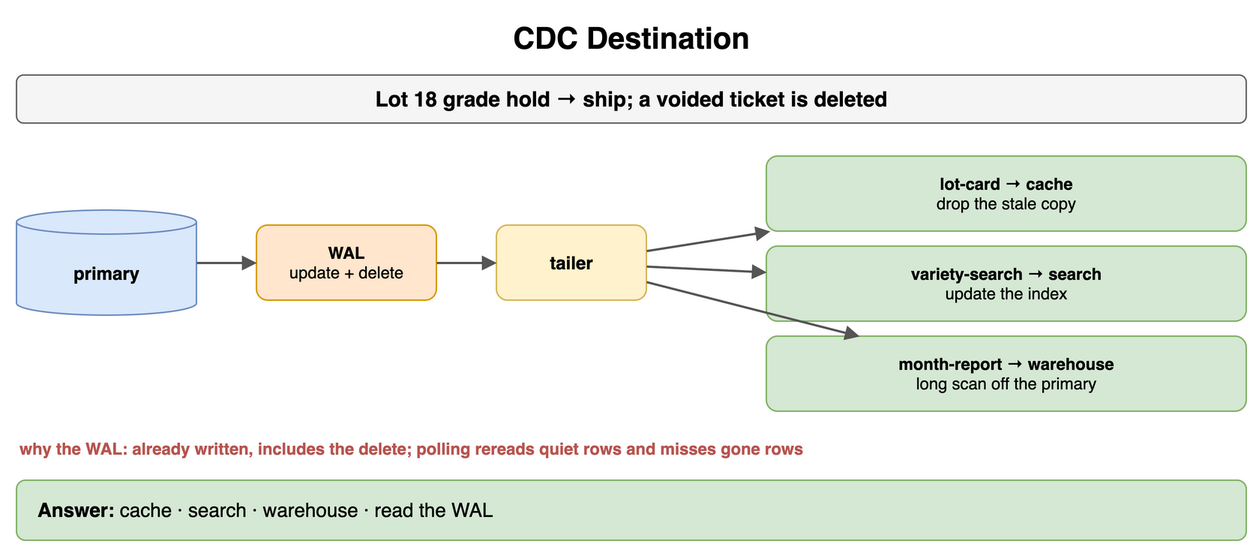
amendez13/swe-study-guide keeps this draw.io diagram as content/09_System_Design_Interview/13_Storage_and_Data_Processing_at_Scale/diagrams/storage-processing-drills-6-cdc-destination.png. Above is the earlier version. Source tidied: cells renumbered, new cells last; positions are measured from the earlier drawing's top-left corner, leaving out a move shared by most shapes. Its diagram source:
```xml
<mxGraphModel>
  <root>
    <mxCell id="0" />
    <mxCell id="1" parent="0" />
    <mxCell id="2" value="CDC Destination" style="text;html=1;align=center;verticalAlign=middle;whiteSpace=wrap;fontSize=20;fontStyle=1;" parent="1" vertex="1">
      <mxGeometry width="820" height="30" as="geometry" />
    </mxCell>
    <mxCell id="3" value="Lot 18 grade hold → ship; a voided ticket is deleted" style="rounded=1;whiteSpace=wrap;html=1;fillColor=#f5f5f5;strokeColor=#666666;fontStyle=1;fontSize=14;" parent="1" vertex="1">
      <mxGeometry y="40" width="820" height="32" as="geometry" />
    </mxCell>
    <mxCell id="4" value="primary" style="shape=cylinder3;whiteSpace=wrap;html=1;boundedLbl=1;backgroundOutline=1;size=8;fillColor=#dae8fc;strokeColor=#6c8ebf;fontStyle=1;fontSize=12;" parent="1" vertex="1">
      <mxGeometry y="130" width="120" height="70" as="geometry" />
    </mxCell>
    <mxCell id="5" value="WAL&lt;br&gt;&lt;span style='font-weight:normal'&gt;update + delete&lt;/span&gt;" style="rounded=1;whiteSpace=wrap;html=1;fillColor=#ffe6cc;strokeColor=#d79b00;fontSize=11;align=center;fontStyle=1;" parent="1" vertex="1">
      <mxGeometry x="160" y="140" width="120" height="50" as="geometry" />
    </mxCell>
    <mxCell id="6" value="tailer" style="rounded=1;whiteSpace=wrap;html=1;fillColor=#fff2cc;strokeColor=#d6b656;fontSize=12;align=center;fontStyle=1;" parent="1" vertex="1">
      <mxGeometry x="320" y="140" width="100" height="50" as="geometry" />
    </mxCell>
    <mxCell id="7" style="endArrow=block;endSize=6;html=1;strokeWidth=1.5;strokeColor=#555555;fontSize=11;labelBackgroundColor=#ffffff;" parent="1" edge="1" source="4" target="5">
      <mxGeometry relative="1" as="geometry" />
    </mxCell>
    <mxCell id="8" style="endArrow=block;endSize=6;html=1;strokeWidth=1.5;strokeColor=#555555;fontSize=11;labelBackgroundColor=#ffffff;" parent="1" edge="1" source="5" target="6">
      <mxGeometry relative="1" as="geometry" />
    </mxCell>
    <mxCell id="9" value="lot-card → cache&lt;br&gt;&lt;span style='font-weight:normal'&gt;drop the stale copy&lt;/span&gt;" style="rounded=1;whiteSpace=wrap;html=1;fillColor=#d5e8d4;strokeColor=#82b366;fontSize=11;align=center;fontStyle=1;" parent="1" vertex="1">
      <mxGeometry x="500" y="94" width="320" height="50" as="geometry" />
    </mxCell>
    <mxCell id="10" style="endArrow=block;endSize=6;html=1;strokeWidth=1.5;strokeColor=#555555;fontSize=11;labelBackgroundColor=#ffffff;" parent="1" edge="1" source="6" target="9">
      <mxGeometry relative="1" as="geometry" />
    </mxCell>
    <mxCell id="11" value="variety-search → search&lt;br&gt;&lt;span style='font-weight:normal'&gt;update the index&lt;/span&gt;" style="rounded=1;whiteSpace=wrap;html=1;fillColor=#d5e8d4;strokeColor=#82b366;fontSize=11;align=center;fontStyle=1;" parent="1" vertex="1">
      <mxGeometry x="500" y="154" width="320" height="50" as="geometry" />
    </mxCell>
    <mxCell id="12" style="endArrow=block;endSize=6;html=1;strokeWidth=1.5;strokeColor=#555555;fontSize=11;labelBackgroundColor=#ffffff;" parent="1" edge="1" source="6" target="11">
      <mxGeometry relative="1" as="geometry" />
    </mxCell>
    <mxCell id="13" value="month-report → warehouse&lt;br&gt;&lt;span style='font-weight:normal'&gt;long scan off the primary&lt;/span&gt;" style="rounded=1;whiteSpace=wrap;html=1;fillColor=#d5e8d4;strokeColor=#82b366;fontSize=11;align=center;fontStyle=1;" parent="1" vertex="1">
      <mxGeometry x="500" y="214" width="320" height="50" as="geometry" />
    </mxCell>
    <mxCell id="14" style="endArrow=block;endSize=6;html=1;strokeWidth=1.5;strokeColor=#555555;fontSize=11;labelBackgroundColor=#ffffff;" parent="1" edge="1" source="6" target="13">
      <mxGeometry relative="1" as="geometry" />
    </mxCell>
    <mxCell id="15" value="why the WAL: already written, includes the delete; polling rereads quiet rows and misses gone rows" style="text;html=1;whiteSpace=wrap;fontSize=11;align=left;verticalAlign=middle;fontSize=11;fontColor=#b85450;fontStyle=1;" parent="1" vertex="1">
      <mxGeometry y="280" width="820" height="18" as="geometry" />
    </mxCell>
    <mxCell id="16" value="&lt;b&gt;Answer:&lt;/b&gt; cache · search · warehouse · read the WAL" style="rounded=1;whiteSpace=wrap;html=1;fillColor=#d5e8d4;strokeColor=#82b366;fontSize=13;align=left;spacingLeft=12;" parent="1" vertex="1">
      <mxGeometry y="310" width="820" height="40" as="geometry" />
    </mxCell>
  </root>
</mxGraphModel>
```
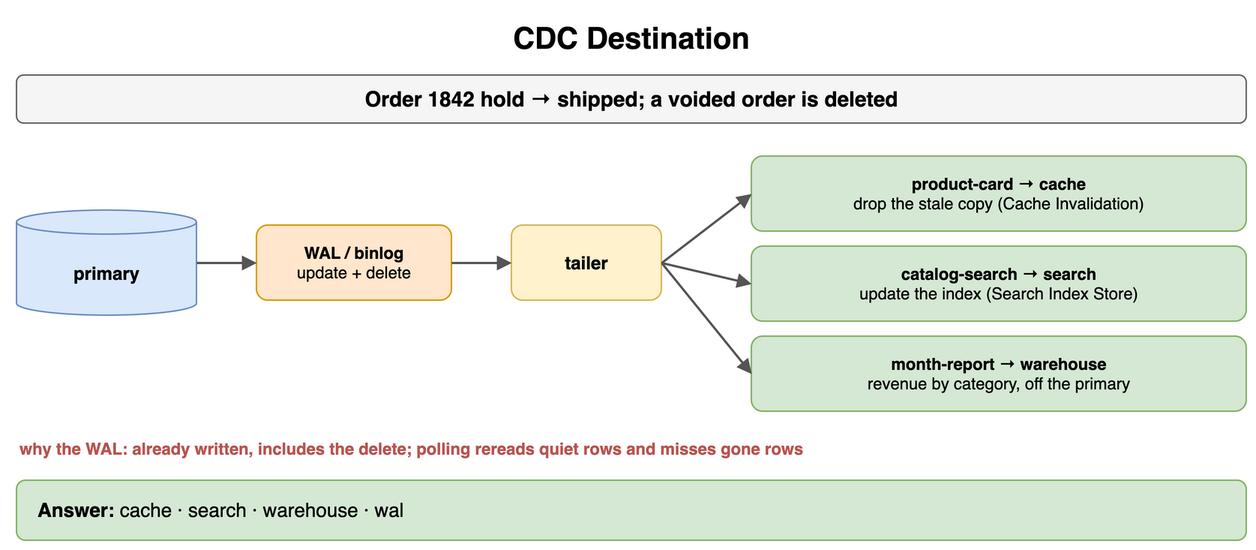
After the commit.

The edit, as a diff of the source:
```diff
@@ -5,17 +5,17 @@
     <mxCell id="2" value="CDC Destination" style="text;html=1;align=center;verticalAlign=middle;whiteSpace=wrap;fontSize=20;fontStyle=1;" parent="1" vertex="1">
       <mxGeometry width="820" height="30" as="geometry" />
     </mxCell>
-    <mxCell id="3" value="Lot 18 grade hold → ship; a voided ticket is deleted" style="rounded=1;whiteSpace=wrap;html=1;fillColor=#f5f5f5;strokeColor=#666666;fontStyle=1;fontSize=14;" parent="1" vertex="1">
+    <mxCell id="3" value="Order 1842 hold → shipped; a voided order is deleted" style="rounded=1;whiteSpace=wrap;html=1;fillColor=#f5f5f5;strokeColor=#666666;fontStyle=1;fontSize=14;" parent="1" vertex="1">
       <mxGeometry y="40" width="820" height="32" as="geometry" />
     </mxCell>
     <mxCell id="4" value="primary" style="shape=cylinder3;whiteSpace=wrap;html=1;boundedLbl=1;backgroundOutline=1;size=8;fillColor=#dae8fc;strokeColor=#6c8ebf;fontStyle=1;fontSize=12;" parent="1" vertex="1">
       <mxGeometry y="130" width="120" height="70" as="geometry" />
     </mxCell>
-    <mxCell id="5" value="WAL&lt;br&gt;&lt;span style='font-weight:normal'&gt;update + delete&lt;/span&gt;" style="rounded=1;whiteSpace=wrap;html=1;fillColor=#ffe6cc;strokeColor=#d79b00;fontSize=11;align=center;fontStyle=1;" parent="1" vertex="1">
-      <mxGeometry x="160" y="140" width="120" height="50" as="geometry" />
+    <mxCell id="5" value="WAL / binlog&lt;br&gt;&lt;span style='font-weight:normal'&gt;update + delete&lt;/span&gt;" style="rounded=1;whiteSpace=wrap;html=1;fillColor=#ffe6cc;strokeColor=#d79b00;fontSize=11;align=center;fontStyle=1;" parent="1" vertex="1">
+      <mxGeometry x="160" y="140" width="130" height="50" as="geometry" />
     </mxCell>
     <mxCell id="6" value="tailer" style="rounded=1;whiteSpace=wrap;html=1;fillColor=#fff2cc;strokeColor=#d6b656;fontSize=12;align=center;fontStyle=1;" parent="1" vertex="1">
-      <mxGeometry x="320" y="140" width="100" height="50" as="geometry" />
+      <mxGeometry x="330" y="140" width="100" height="50" as="geometry" />
     </mxCell>
     <mxCell id="7" style="endArrow=block;endSize=6;html=1;strokeWidth=1.5;strokeColor=#555555;fontSize=11;labelBackgroundColor=#ffffff;" parent="1" edge="1" source="4" target="5">
       <mxGeometry relative="1" as="geometry" />
@@ -23,28 +23,28 @@
     <mxCell id="8" style="endArrow=block;endSize=6;html=1;strokeWidth=1.5;strokeColor=#555555;fontSize=11;labelBackgroundColor=#ffffff;" parent="1" edge="1" source="5" target="6">
       <mxGeometry relative="1" as="geometry" />
     </mxCell>
-    <mxCell id="9" value="lot-card → cache&lt;br&gt;&lt;span style='font-weight:normal'&gt;drop the stale copy&lt;/span&gt;" style="rounded=1;whiteSpace=wrap;html=1;fillColor=#d5e8d4;strokeColor=#82b366;fontSize=11;align=center;fontStyle=1;" parent="1" vertex="1">
-      <mxGeometry x="500" y="94" width="320" height="50" as="geometry" />
+    <mxCell id="9" value="product-card → cache&lt;br&gt;&lt;span style='font-weight:normal'&gt;drop the stale copy (Cache Invalidation)&lt;/span&gt;" style="rounded=1;whiteSpace=wrap;html=1;fillColor=#d5e8d4;strokeColor=#82b366;fontSize=11;align=center;fontStyle=1;" parent="1" vertex="1">
+      <mxGeometry x="490" y="94" width="330" height="50" as="geometry" />
     </mxCell>
-    <mxCell id="10" style="endArrow=block;endSize=6;html=1;strokeWidth=1.5;strokeColor=#555555;fontSize=11;labelBackgroundColor=#ffffff;" parent="1" edge="1" source="6" target="9">
+    <mxCell id="10" style="endArrow=block;endSize=6;html=1;strokeWidth=1.5;strokeColor=#555555;fontSize=11;labelBackgroundColor=#ffffff;exitX=1;exitY=0.5;entryX=0;entryY=0.5;" parent="1" edge="1" source="6" target="9">
       <mxGeometry relative="1" as="geometry" />
     </mxCell>
-    <mxCell id="11" value="variety-search → search&lt;br&gt;&lt;span style='font-weight:normal'&gt;update the index&lt;/span&gt;" style="rounded=1;whiteSpace=wrap;html=1;fillColor=#d5e8d4;strokeColor=#82b366;fontSize=11;align=center;fontStyle=1;" parent="1" vertex="1">
-      <mxGeometry x="500" y="154" width="320" height="50" as="geometry" />
+    <mxCell id="11" value="catalog-search → search&lt;br&gt;&lt;span style='font-weight:normal'&gt;update the index (Search Index Store)&lt;/span&gt;" style="rounded=1;whiteSpace=wrap;html=1;fillColor=#d5e8d4;strokeColor=#82b366;fontSize=11;align=center;fontStyle=1;" parent="1" vertex="1">
+      <mxGeometry x="490" y="154" width="330" height="50" as="geometry" />
     </mxCell>
-    <mxCell id="12" style="endArrow=block;endSize=6;html=1;strokeWidth=1.5;strokeColor=#555555;fontSize=11;labelBackgroundColor=#ffffff;" parent="1" edge="1" source="6" target="11">
+    <mxCell id="12" style="endArrow=block;endSize=6;html=1;strokeWidth=1.5;strokeColor=#555555;fontSize=11;labelBackgroundColor=#ffffff;exitX=1;exitY=0.5;entryX=0;entryY=0.5;" parent="1" edge="1" source="6" target="11">
       <mxGeometry relative="1" as="geometry" />
     </mxCell>
-    <mxCell id="13" value="month-report → warehouse&lt;br&gt;&lt;span style='font-weight:normal'&gt;long scan off the primary&lt;/span&gt;" style="rounded=1;whiteSpace=wrap;html=1;fillColor=#d5e8d4;strokeColor=#82b366;fontSize=11;align=center;fontStyle=1;" parent="1" vertex="1">
-      <mxGeometry x="500" y="214" width="320" height="50" as="geometry" />
+    <mxCell id="13" value="month-report → warehouse&lt;br&gt;&lt;span style='font-weight:normal'&gt;revenue by category, off the primary&lt;/span&gt;" style="rounded=1;whiteSpace=wrap;html=1;fillColor=#d5e8d4;strokeColor=#82b366;fontSize=11;align=center;fontStyle=1;" parent="1" vertex="1">
+      <mxGeometry x="490" y="214" width="330" height="50" as="geometry" />
     </mxCell>
-    <mxCell id="14" style="endArrow=block;endSize=6;html=1;strokeWidth=1.5;strokeColor=#555555;fontSize=11;labelBackgroundColor=#ffffff;" parent="1" edge="1" source="6" target="13">
+    <mxCell id="14" style="endArrow=block;endSize=6;html=1;strokeWidth=1.5;strokeColor=#555555;fontSize=11;labelBackgroundColor=#ffffff;exitX=1;exitY=0.5;entryX=0;entryY=0.5;" parent="1" edge="1" source="6" target="13">
       <mxGeometry relative="1" as="geometry" />
     </mxCell>
     <mxCell id="15" value="why the WAL: already written, includes the delete; polling rereads quiet rows and misses gone rows" style="text;html=1;whiteSpace=wrap;fontSize=11;align=left;verticalAlign=middle;fontSize=11;fontColor=#b85450;fontStyle=1;" parent="1" vertex="1">
       <mxGeometry y="280" width="820" height="18" as="geometry" />
     </mxCell>
-    <mxCell id="16" value="&lt;b&gt;Answer:&lt;/b&gt; cache · search · warehouse · read the WAL" style="rounded=1;whiteSpace=wrap;html=1;fillColor=#d5e8d4;strokeColor=#82b366;fontSize=13;align=left;spacingLeft=12;" parent="1" vertex="1">
+    <mxCell id="16" value="&lt;b&gt;Answer:&lt;/b&gt; cache · search · warehouse · wal" style="rounded=1;whiteSpace=wrap;html=1;fillColor=#d5e8d4;strokeColor=#82b366;fontSize=13;align=left;spacingLeft=12;" parent="1" vertex="1">
       <mxGeometry y="310" width="820" height="40" as="geometry" />
     </mxCell>
   </root>
```
